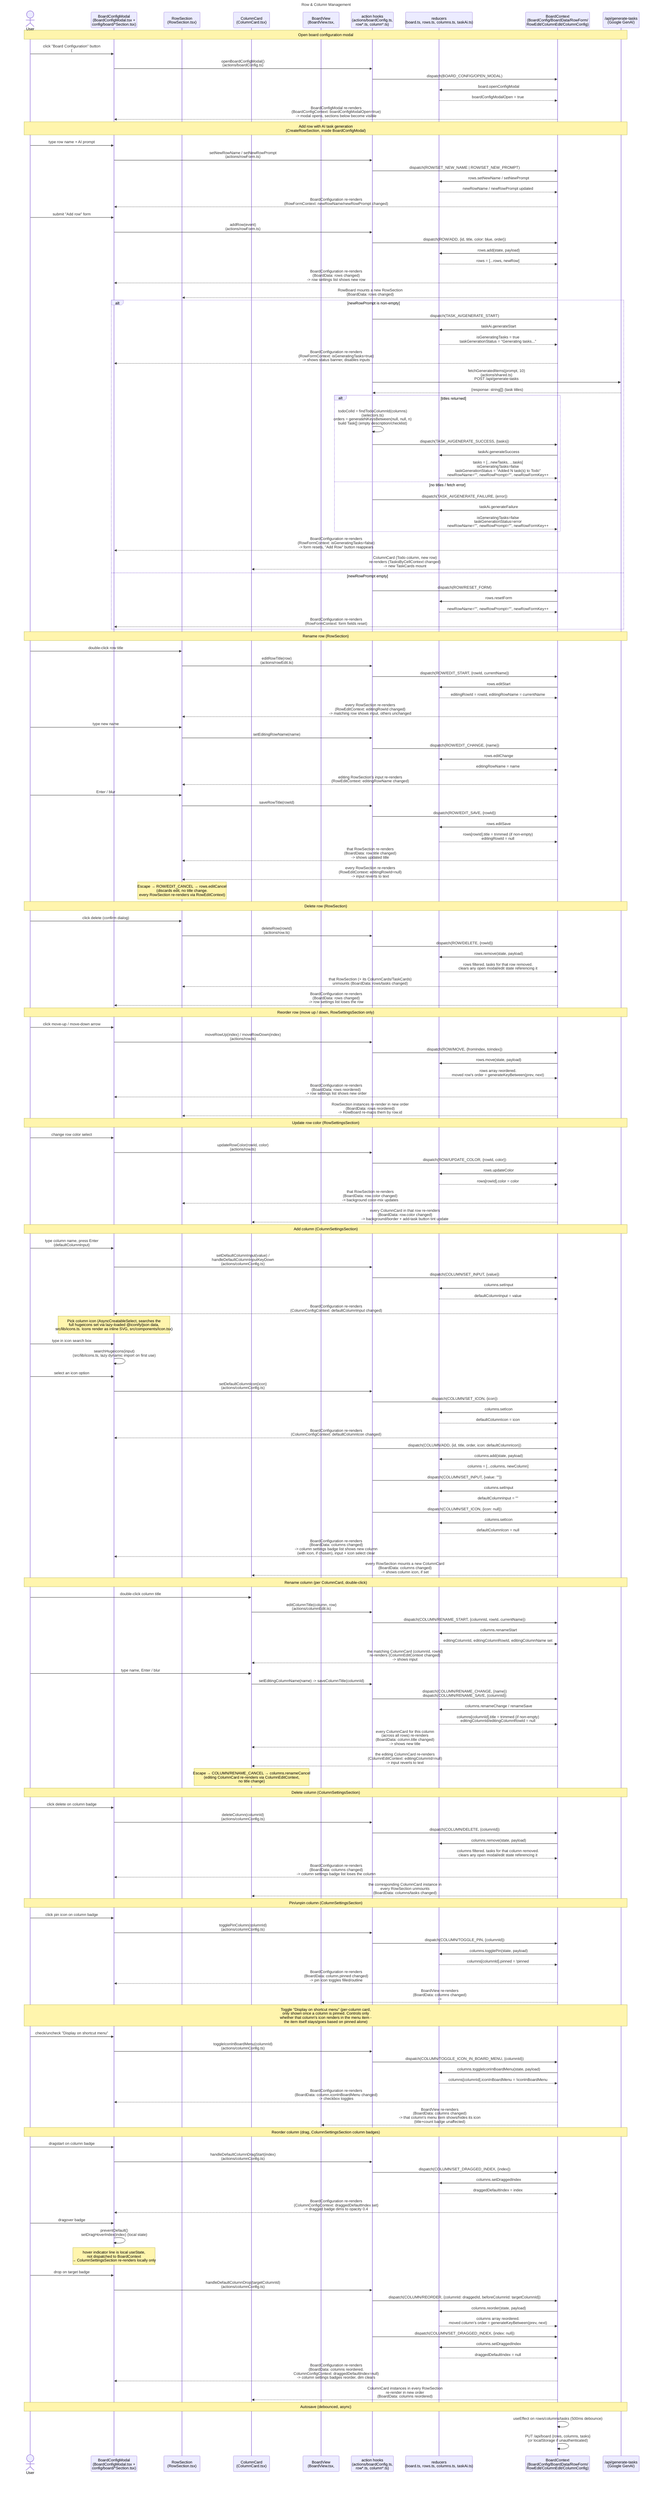
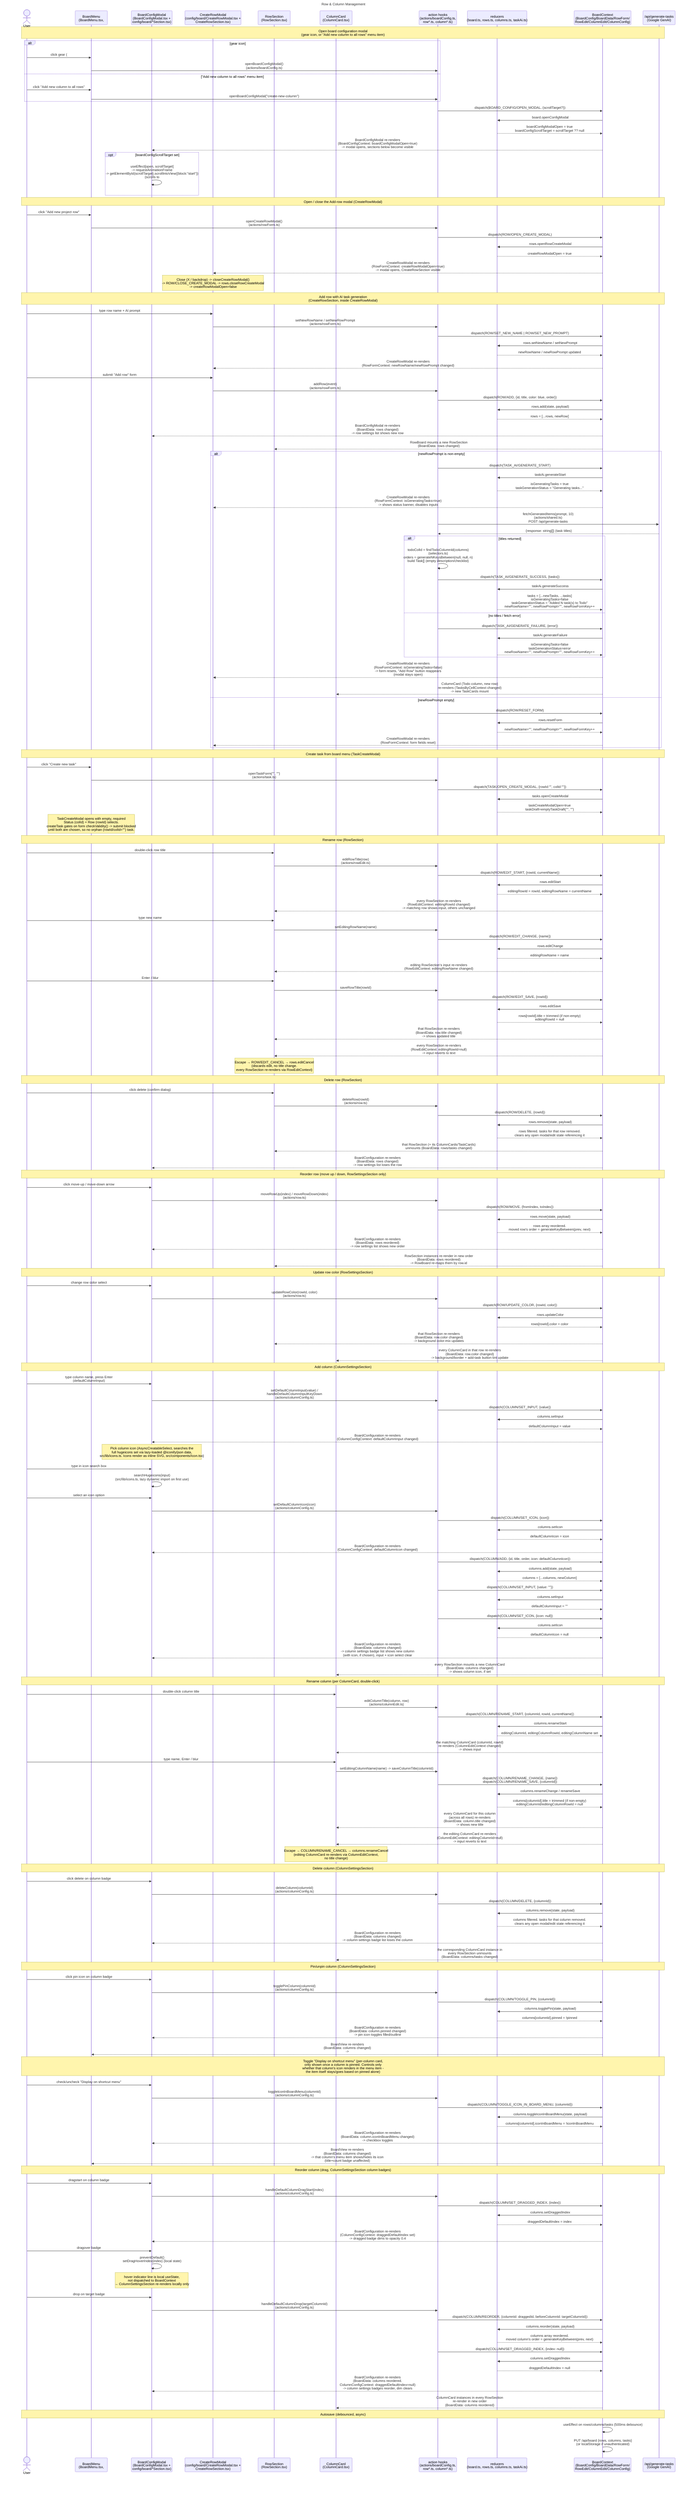
---
title: Row & Column Management
---
sequenceDiagram
    actor User
+     participant BoardMenu as BoardMenu<br/>(BoardMenu.tsx, #board-menu)
    participant Config as BoardConfigModal<br/>(BoardConfigModal.tsx +<br/>config/board/*Section.tsx)
+     participant RowModal as CreateRowModal<br/>(config/board/CreateRowModal.tsx +<br/>CreateRowSection.tsx)
    participant Row as RowSection<br/>(RowSection.tsx)
    participant Cell as ColumnCard<br/>(ColumnCard.tsx)
-     participant BoardMenu as BoardView<br/>(BoardView.tsx, #board-menu)
    participant Actions as action hooks<br/>(actions/boardConfig.ts,<br/>row*.ts, column*.ts)
    participant Reducer as reducers<br/>(board.ts, rows.ts, columns.ts, taskAi.ts)
    participant Ctx as BoardContext<br/>(BoardConfig/BoardData/RowForm/<br/>RowEdit/ColumnEdit/ColumnConfig)
    participant AI as /api/generate-tasks<br/>(Google GenAI)

-     Note over User,AI: Open board configuration modal
-     User->>Config: click "Board Configuration" button<br/>(#board-config-collapse-toggle, BoardView.tsx)
-     Config->>Actions: openBoardConfigModal()<br/>(actions/boardConfig.ts)
-     Actions->>Ctx: dispatch(BOARD_CONFIG/OPEN_MODAL)
+     Note over User,AI: Open board configuration modal<br/>(gear icon, or "Add new column to all rows" menu item)
+     alt gear icon
+         User->>BoardMenu: click gear (#board-config-collapse-toggle)
+         BoardMenu->>Actions: openBoardConfigModal()<br/>(actions/boardConfig.ts)
+     else "Add new column to all rows" menu item
+         User->>BoardMenu: click "Add new column to all rows"
+         BoardMenu->>Actions: openBoardConfigModal("create-new-column")
+     end
+     Actions->>Ctx: dispatch(BOARD_CONFIG/OPEN_MODAL, {scrollTarget?})
    Ctx->>Reducer: board.openConfigModal
-     Reducer-->>Ctx: boardConfigModalOpen = true
+     Reducer-->>Ctx: boardConfigModalOpen = true<br/>boardConfigScrollTarget = scrollTarget ?? null
    Ctx-->>Config: BoardConfigModal re-renders<br/>(BoardConfigContext: boardConfigModalOpen=true)<br/>-> modal opens, sections below become visible
- 
-     Note over User,AI: Add row with AI task generation<br/>(CreateRowSection, inside BoardConfigModal)
-     User->>Config: type row name + AI prompt
-     Config->>Actions: setNewRowName / setNewRowPrompt<br/>(actions/rowForm.ts)
+     opt boardConfigScrollTarget set
+         Config->>Config: useEffect[open, scrollTarget]<br/>-> requestAnimationFrame<br/>-> getElementById(scrollTarget).scrollIntoView({block:"start"})<br/>(scrolls to #create-new-column in ColumnSettingsSection)
+     end
+ 
+     Note over User,AI: Open / close the Add-row modal (CreateRowModal)
+     User->>BoardMenu: click "Add new project row"
+     BoardMenu->>Actions: openCreateRowModal()<br/>(actions/rowForm.ts)
+     Actions->>Ctx: dispatch(ROW/OPEN_CREATE_MODAL)
+     Ctx->>Reducer: rows.openRowCreateModal
+     Reducer-->>Ctx: createRowModalOpen = true
+     Ctx-->>RowModal: CreateRowModal re-renders<br/>(RowFormContext: createRowModalOpen=true)<br/>-> modal opens, CreateRowSection visible
+     Note over RowModal: Close (X / backdrop) -> closeCreateRowModal()<br/>-> ROW/CLOSE_CREATE_MODAL -> rows.closeRowCreateModal<br/>-> createRowModalOpen=false
+ 
+     Note over User,AI: Add row with AI task generation<br/>(CreateRowSection, inside CreateRowModal)
+     User->>RowModal: type row name + AI prompt
+     RowModal->>Actions: setNewRowName / setNewRowPrompt<br/>(actions/rowForm.ts)
    Actions->>Ctx: dispatch(ROW/SET_NEW_NAME | ROW/SET_NEW_PROMPT)
    Ctx->>Reducer: rows.setNewName / setNewPrompt
    Reducer-->>Ctx: newRowName / newRowPrompt updated
-     Ctx-->>Config: BoardConfiguration re-renders<br/>(RowFormContext: newRowName/newRowPrompt changed)
- 
-     User->>Config: submit "Add row" form
-     Config->>Actions: addRow(event)<br/>(actions/rowForm.ts)
+     Ctx-->>RowModal: CreateRowModal re-renders<br/>(RowFormContext: newRowName/newRowPrompt changed)
+ 
+     User->>RowModal: submit "Add row" form
+     RowModal->>Actions: addRow(event)<br/>(actions/rowForm.ts)
    Actions->>Ctx: dispatch(ROW/ADD, {id, title, color: blue, order})
    Ctx->>Reducer: rows.add(state, payload)
    Reducer-->>Ctx: rows = [...rows, newRow]
-     Ctx-->>Config: BoardConfiguration re-renders<br/>(BoardData: rows changed)<br/>-> row settings list shows new row
+     Ctx-->>Config: BoardConfigModal re-renders<br/>(BoardData: rows changed)<br/>-> row settings list shows new row
    Ctx-->>Row: RowBoard mounts a new RowSection<br/>(BoardData: rows changed)

    alt newRowPrompt is non-empty
        Actions->>Ctx: dispatch(TASK_AI/GENERATE_START)
        Ctx->>Reducer: taskAi.generateStart
        Reducer-->>Ctx: isGeneratingTasks = true<br/>taskGenerationStatus = "Generating tasks..."
-         Ctx-->>Config: BoardConfiguration re-renders<br/>(RowFormContext: isGeneratingTasks=true)<br/>-> shows status banner, disables inputs
+         Ctx-->>RowModal: CreateRowModal re-renders<br/>(RowFormContext: isGeneratingTasks=true)<br/>-> shows status banner, disables inputs

        Actions->>AI: fetchGeneratedItems(prompt, 10)<br/>(actions/shared.ts)<br/>POST /api/generate-tasks
        AI-->>Actions: {response: string[]} (task titles)

        alt titles returned
            Actions->>Actions: todoColId = findTodoColumnId(columns)<br/>(selectors.ts)<br/>orders = generateNKeysBetween(null, null, n)<br/>build Task[] (empty description/checklist)
            Actions->>Ctx: dispatch(TASK_AI/GENERATE_SUCCESS, {tasks})
            Ctx->>Reducer: taskAi.generateSuccess
            Reducer-->>Ctx: tasks = [...newTasks, ...tasks]<br/>isGeneratingTasks=false<br/>taskGenerationStatus = "Added N task(s) to Todo"<br/>newRowName="", newRowPrompt="", newRowFormKey++
        else no titles / fetch error
            Actions->>Ctx: dispatch(TASK_AI/GENERATE_FAILURE, {error})
            Ctx->>Reducer: taskAi.generateFailure
            Reducer-->>Ctx: isGeneratingTasks=false<br/>taskGenerationStatus=error<br/>newRowName="", newRowPrompt="", newRowFormKey++
        end
-         Ctx-->>Config: BoardConfiguration re-renders<br/>(RowFormContext: isGeneratingTasks=false)<br/>-> form resets, "Add Row" button reappears
+         Ctx-->>RowModal: CreateRowModal re-renders<br/>(RowFormContext: isGeneratingTasks=false)<br/>-> form resets, "Add Row" button reappears<br/>(modal stays open)
        Ctx-->>Cell: ColumnCard (Todo column, new row)<br/>re-renders (TasksByCellContext changed)<br/>-> new TaskCards mount
    else newRowPrompt empty
        Actions->>Ctx: dispatch(ROW/RESET_FORM)
        Ctx->>Reducer: rows.resetForm
        Reducer-->>Ctx: newRowName="", newRowPrompt="", newRowFormKey++
-         Ctx-->>Config: BoardConfiguration re-renders<br/>(RowFormContext: form fields reset)
+         Ctx-->>RowModal: CreateRowModal re-renders<br/>(RowFormContext: form fields reset)
    end
+ 
+     Note over User,AI: Create task from board menu (TaskCreateModal)
+     User->>BoardMenu: click "Create new task"
+     BoardMenu->>Actions: openTaskForm("", "")<br/>(actions/task.ts)
+     Actions->>Ctx: dispatch(TASK/OPEN_CREATE_MODAL, {rowId:"", colId:""})
+     Ctx->>Reducer: tasks.openCreateModal
+     Reducer-->>Ctx: taskCreateModalOpen=true<br/>taskDraft=emptyTaskDraft("", "")
+     Note over BoardMenu: TaskCreateModal opens with empty, required<br/>Status (colId) + Row (rowId) selects.<br/>createTask gates on form checkValidity() -> submit blocked<br/>until both are chosen, so no orphan (rowId/colId="") task.

    Note over User,AI: Rename row (RowSection)
    User->>Row: double-click row title
    Row->>Actions: editRowTitle(row)<br/>(actions/rowEdit.ts)
    Actions->>Ctx: dispatch(ROW/EDIT_START, {rowId, currentName})
    Ctx->>Reducer: rows.editStart
    Reducer-->>Ctx: editingRowId = rowId, editingRowName = currentName
    Ctx-->>Row: every RowSection re-renders<br/>(RowEditContext: editingRowId changed)<br/>-> matching row shows input, others unchanged

    User->>Row: type new name
    Row->>Actions: setEditingRowName(name)
    Actions->>Ctx: dispatch(ROW/EDIT_CHANGE, {name})
    Ctx->>Reducer: rows.editChange
    Reducer-->>Ctx: editingRowName = name
    Ctx-->>Row: editing RowSection's input re-renders<br/>(RowEditContext: editingRowName changed)

    User->>Row: Enter / blur
    Row->>Actions: saveRowTitle(rowId)
    Actions->>Ctx: dispatch(ROW/EDIT_SAVE, {rowId})
    Ctx->>Reducer: rows.editSave
    Reducer-->>Ctx: rows[rowId].title = trimmed (if non-empty)<br/>editingRowId = null
    Ctx-->>Row: that RowSection re-renders<br/>(BoardData: row.title changed)<br/>-> shows updated title
    Ctx-->>Row: every RowSection re-renders<br/>(RowEditContext: editingRowId=null)<br/>-> input reverts to text

    Note over Row: Escape → ROW/EDIT_CANCEL → rows.editCancel<br/>(discards edit, no title change.<br/>every RowSection re-renders via RowEditContext)

    Note over User,AI: Delete row (RowSection)
    User->>Row: click delete (confirm dialog)
    Row->>Actions: deleteRow(rowId)<br/>(actions/row.ts)
    Actions->>Ctx: dispatch(ROW/DELETE, {rowId})
    Ctx->>Reducer: rows.remove(state, payload)
    Reducer-->>Ctx: rows filtered. tasks for that row removed.<br/>clears any open modal/edit state referencing it
    Ctx-->>Row: that RowSection (+ its ColumnCards/TaskCards)<br/>unmounts (BoardData: rows/tasks changed)
    Ctx-->>Config: BoardConfiguration re-renders<br/>(BoardData: rows changed)<br/>-> row settings list loses the row

    Note over User,AI: Reorder row (move up / down, RowSettingsSection only)
    User->>Config: click move-up / move-down arrow
    Config->>Actions: moveRowUp(index) / moveRowDown(index)<br/>(actions/row.ts)
    Actions->>Ctx: dispatch(ROW/MOVE, {fromIndex, toIndex})
    Ctx->>Reducer: rows.move(state, payload)
    Reducer-->>Ctx: rows array reordered.<br/>moved row's order = generateKeyBetween(prev, next)
    Ctx-->>Config: BoardConfiguration re-renders<br/>(BoardData: rows reordered)<br/>-> row settings list shows new order
    Ctx-->>Row: RowSection instances re-render in new order<br/>(BoardData: rows reordered)<br/>-> RowBoard re-maps them by row.id

    Note over User,AI: Update row color (RowSettingsSection)
    User->>Config: change row color select
    Config->>Actions: updateRowColor(rowId, color)<br/>(actions/row.ts)
    Actions->>Ctx: dispatch(ROW/UPDATE_COLOR, {rowId, color})
    Ctx->>Reducer: rows.updateColor
    Reducer-->>Ctx: rows[rowId].color = color
    Ctx-->>Row: that RowSection re-renders<br/>(BoardData: row.color changed)<br/>-> background color-mix updates
    Ctx-->>Cell: every ColumnCard in that row re-renders<br/>(BoardData: row.color changed)<br/>-> background/border + add-task button tint update

    Note over User,AI: Add column (ColumnSettingsSection)
    User->>Config: type column name, press Enter<br/>(defaultColumnInput)
    Config->>Actions: setDefaultColumnInput(value) /<br/>handleDefaultColumnInputKeyDown<br/>(actions/columnConfig.ts)
    Actions->>Ctx: dispatch(COLUMN/SET_INPUT, {value})
    Ctx->>Reducer: columns.setInput
    Reducer-->>Ctx: defaultColumnInput = value
    Ctx-->>Config: BoardConfiguration re-renders<br/>(ColumnConfigContext: defaultColumnInput changed)

    Note over Config: Pick column icon (AsyncCreatableSelect, searches the<br/>full hugeicons set via lazy-loaded @iconify/json data,<br/>src/lib/icons.ts. Icons render as inline SVG, src/components/Icon.tsx)
    User->>Config: type in icon search box
    Config->>Config: searchHugeicons(input)<br/>(src/lib/icons.ts, lazy dynamic import on first use)
    User->>Config: select an icon option
    Config->>Actions: setDefaultColumnIcon(icon)<br/>(actions/columnConfig.ts)
    Actions->>Ctx: dispatch(COLUMN/SET_ICON, {icon})
    Ctx->>Reducer: columns.setIcon
    Reducer-->>Ctx: defaultColumnIcon = icon
    Ctx-->>Config: BoardConfiguration re-renders<br/>(ColumnConfigContext: defaultColumnIcon changed)

    Actions->>Ctx: dispatch(COLUMN/ADD, {id, title, order, icon: defaultColumnIcon})
    Ctx->>Reducer: columns.add(state, payload)
    Reducer-->>Ctx: columns = [...columns, newColumn]
    Actions->>Ctx: dispatch(COLUMN/SET_INPUT, {value: ""})
    Ctx->>Reducer: columns.setInput
    Reducer-->>Ctx: defaultColumnInput = ""
    Actions->>Ctx: dispatch(COLUMN/SET_ICON, {icon: null})
    Ctx->>Reducer: columns.setIcon
    Reducer-->>Ctx: defaultColumnIcon = null
    Ctx-->>Config: BoardConfiguration re-renders<br/>(BoardData: columns changed)<br/>-> column settings badge list shows new column<br/>(with icon, if chosen), input + icon select clear
    Ctx-->>Cell: every RowSection mounts a new ColumnCard<br/>(BoardData: columns changed)<br/>-> shows column icon, if set

    Note over User,AI: Rename column (per ColumnCard, double-click)
    User->>Cell: double-click column title
    Cell->>Actions: editColumnTitle(column, row)<br/>(actions/columnEdit.ts)
    Actions->>Ctx: dispatch(COLUMN/RENAME_START, {columnId, rowId, currentName})
    Ctx->>Reducer: columns.renameStart
    Reducer-->>Ctx: editingColumnId, editingColumnRowId, editingColumnName set
    Ctx-->>Cell: the matching ColumnCard (columnId, rowId)<br/>re-renders (ColumnEditContext changed)<br/>-> shows input

    User->>Cell: type name, Enter / blur
    Cell->>Actions: setEditingColumnName(name) -> saveColumnTitle(columnId)
    Actions->>Ctx: dispatch(COLUMN/RENAME_CHANGE, {name})<br/>dispatch(COLUMN/RENAME_SAVE, {columnId})
    Ctx->>Reducer: columns.renameChange / renameSave
    Reducer-->>Ctx: columns[columnId].title = trimmed (if non-empty)<br/>editingColumnId/editingColumnRowId = null
    Ctx-->>Cell: every ColumnCard for this column<br/>(across all rows) re-renders<br/>(BoardData: column.title changed)<br/>-> shows new title
    Ctx-->>Cell: the editing ColumnCard re-renders<br/>(ColumnEditContext: editingColumnId=null)<br/>-> input reverts to text

    Note over Cell: Escape → COLUMN/RENAME_CANCEL → columns.renameCancel<br/>(editing ColumnCard re-renders via ColumnEditContext,<br/>no title change)

    Note over User,AI: Delete column (ColumnSettingsSection)
    User->>Config: click delete on column badge
    Config->>Actions: deleteColumn(columnId)<br/>(actions/columnConfig.ts)
    Actions->>Ctx: dispatch(COLUMN/DELETE, {columnId})
    Ctx->>Reducer: columns.remove(state, payload)
    Reducer-->>Ctx: columns filtered. tasks for that column removed.<br/>clears any open modal/edit state referencing it
    Ctx-->>Config: BoardConfiguration re-renders<br/>(BoardData: columns changed)<br/>-> column settings badge list loses the column
    Ctx-->>Cell: the corresponding ColumnCard instance in<br/>every RowSection unmounts<br/>(BoardData: columns/tasks changed)

    Note over User,AI: Pin/unpin column (ColumnSettingsSection)
    User->>Config: click pin icon on column badge
    Config->>Actions: togglePinColumn(columnId)<br/>(actions/columnConfig.ts)
    Actions->>Ctx: dispatch(COLUMN/TOGGLE_PIN, {columnId})
    Ctx->>Reducer: columns.togglePin(state, payload)
    Reducer-->>Ctx: columns[columnId].pinned = !pinned
    Ctx-->>Config: BoardConfiguration re-renders<br/>(BoardData: column.pinned changed)<br/>-> pin icon toggles filled/outline
    Ctx-->>BoardMenu: BoardView re-renders<br/>(BoardData: columns changed)<br/>-> #board-menu adds/removes that column's<br/>title+count item (always shown when pinned,<br/>regardless of iconInBoardMenu)

    Note over User,AI: Toggle "Display on shortcut menu" (per-column card,<br/>only shown once a column is pinned. Controls only<br/>whether that column's icon renders in the menu item -<br/>the item itself stays/goes based on pinned alone)
    User->>Config: check/uncheck "Display on shortcut menu"
    Config->>Actions: toggleIconInBoardMenu(columnId)<br/>(actions/columnConfig.ts)
    Actions->>Ctx: dispatch(COLUMN/TOGGLE_ICON_IN_BOARD_MENU, {columnId})
    Ctx->>Reducer: columns.toggleIconInBoardMenu(state, payload)
    Reducer-->>Ctx: columns[columnId].iconInBoardMenu = !iconInBoardMenu
    Ctx-->>Config: BoardConfiguration re-renders<br/>(BoardData: column.iconInBoardMenu changed)<br/>-> checkbox toggles
    Ctx-->>BoardMenu: BoardView re-renders<br/>(BoardData: columns changed)<br/>-> that column's menu item shows/hides its icon<br/>(title+count badge unaffected)

    Note over User,AI: Reorder column (drag, ColumnSettingsSection column badges)
    User->>Config: dragstart on column badge
    Config->>Actions: handleDefaultColumnDragStart(index)<br/>(actions/columnConfig.ts)
    Actions->>Ctx: dispatch(COLUMN/SET_DRAGGED_INDEX, {index})
    Ctx->>Reducer: columns.setDraggedIndex
    Reducer-->>Ctx: draggedDefaultIndex = index
    Ctx-->>Config: BoardConfiguration re-renders<br/>(ColumnConfigContext: draggedDefaultIndex set)<br/>-> dragged badge dims to opacity 0.4

    User->>Config: dragover badge
    Config->>Config: preventDefault()<br/>setDragHoverIndex(index) (local state)
    Note over Config: hover indicator line is local useState,<br/>not dispatched to BoardContext<br/>→ ColumnSettingsSection re-renders locally only

    User->>Config: drop on target badge
    Config->>Actions: handleDefaultColumnDrop(targetColumnId)<br/>(actions/columnConfig.ts)
    Actions->>Ctx: dispatch(COLUMN/REORDER, {columnId: draggedId, beforeColumnId: targetColumnId})
    Ctx->>Reducer: columns.reorder(state, payload)
    Reducer-->>Ctx: columns array reordered.<br/>moved column's order = generateKeyBetween(prev, next)
    Actions->>Ctx: dispatch(COLUMN/SET_DRAGGED_INDEX, {index: null})
    Ctx->>Reducer: columns.setDraggedIndex
    Reducer-->>Ctx: draggedDefaultIndex = null
    Ctx-->>Config: BoardConfiguration re-renders<br/>(BoardData: columns reordered.<br/>ColumnConfigContext: draggedDefaultIndex=null)<br/>-> column settings badges reorder, dim clears
    Ctx-->>Cell: ColumnCard instances in every RowSection<br/>re-render in new order<br/>(BoardData: columns reordered)

    Note over User,AI: Autosave (debounced, async)
    Ctx->>Ctx: useEffect on rows/columns/tasks (500ms debounce)
    Ctx->>Ctx: PUT /api/board {rows, columns, tasks}<br/>(or localStorage if unauthenticated)
